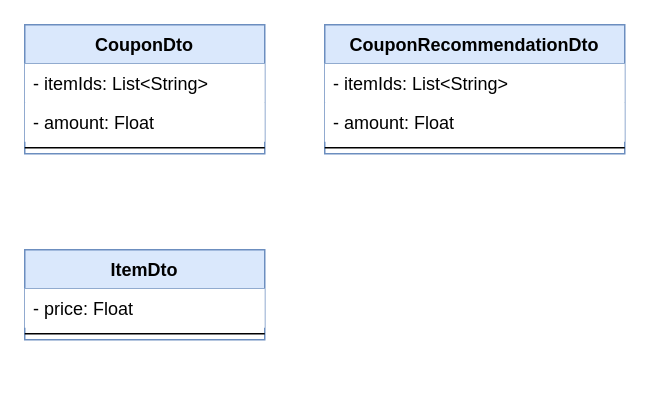
The draw.io diagram page "Dominio" (1 of 2) of doc/diagrama-uml.drawio in jcmc1998/coupon, before the edit. Source tidied: cells renumbered, new cells numbered last; positions are measured from the earlier drawing's top-left corner, leaving out a move shared by most shapes. Both pictures are drawn from the tidied source at 150%, with x=0, y=0 at pixel (24, 24).
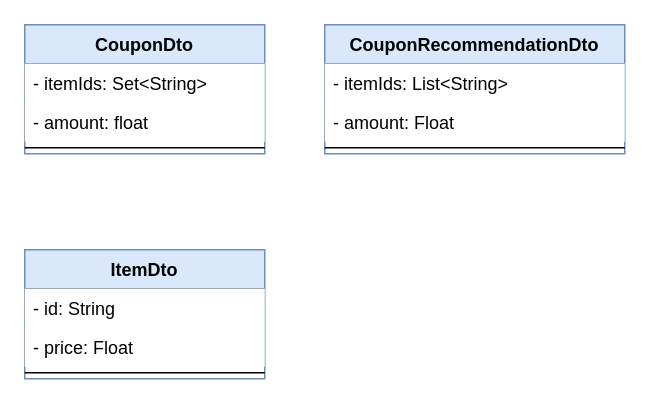
The same diagram, later.

What changed in the source:
```diff
@@
 <mxGraphModel>
   <root>
     <mxCell id="0" />
     <mxCell id="1" parent="0" />
     <mxCell id="2" value="CouponDto" style="swimlane;fontStyle=1;align=center;verticalAlign=top;horizontal=1;startSize=26;fillColor=#dae8fc;strokeColor=#6c8ebf;" parent="1" vertex="1">
       <mxGeometry width="160" height="86" as="geometry" />
     </mxCell>
-    <mxCell id="3" value="- itemIds: List&lt;String&gt;&#10;" style="text;strokeColor=none;fillColor=#ffffff;align=left;verticalAlign=top;spacingLeft=4;spacingRight=4;overflow=hidden;" parent="2" vertex="1">
+    <mxCell id="3" value="- itemIds: Set&lt;String&gt;&#10;" style="text;strokeColor=none;fillColor=#ffffff;align=left;verticalAlign=top;spacingLeft=4;spacingRight=4;overflow=hidden;" parent="2" vertex="1">
       <mxGeometry y="26" width="160" height="26" as="geometry" />
     </mxCell>
-    <mxCell id="4" value="- amount: Float&#10;" style="text;strokeColor=none;fillColor=#ffffff;align=left;verticalAlign=top;spacingLeft=4;spacingRight=4;overflow=hidden;" parent="2" vertex="1">
+    <mxCell id="4" value="- amount: float&#10;" style="text;strokeColor=none;fillColor=#ffffff;align=left;verticalAlign=top;spacingLeft=4;spacingRight=4;overflow=hidden;" parent="2" vertex="1">
       <mxGeometry y="52" width="160" height="26" as="geometry" />
     </mxCell>
     <mxCell id="5" style="line;strokeWidth=1;fillColor=none;align=left;verticalAlign=middle;spacingTop=-1;spacingLeft=3;spacingRight=3;labelPosition=right;" parent="2" vertex="1">
       <mxGeometry y="78" width="160" height="8" as="geometry" />
     </mxCell>
     <mxCell id="6" value="ItemDto" style="swimlane;fontStyle=1;align=center;verticalAlign=top;horizontal=1;startSize=26;fillColor=#dae8fc;strokeColor=#6c8ebf;" parent="1" vertex="1">
-      <mxGeometry y="150" width="160" height="60" as="geometry" />
+      <mxGeometry y="150" width="160" height="86" as="geometry" />
     </mxCell>
+    <mxCell id="13" value="- id: String&#10;" style="text;strokeColor=none;fillColor=#ffffff;align=left;verticalAlign=top;spacingLeft=4;spacingRight=4;overflow=hidden;" parent="6" vertex="1">
+      <mxGeometry y="26" width="160" height="26" as="geometry" />
+    </mxCell>
     <mxCell id="7" value="- price: Float&#10;" style="text;strokeColor=none;fillColor=#ffffff;align=left;verticalAlign=top;spacingLeft=4;spacingRight=4;overflow=hidden;" parent="6" vertex="1">
-      <mxGeometry y="26" width="160" height="26" as="geometry" />
+      <mxGeometry y="52" width="160" height="26" as="geometry" />
     </mxCell>
     <mxCell id="8" style="line;strokeWidth=1;fillColor=none;align=left;verticalAlign=middle;spacingTop=-1;spacingLeft=3;spacingRight=3;labelPosition=right;" parent="6" vertex="1">
-      <mxGeometry y="52" width="160" height="8" as="geometry" />
+      <mxGeometry y="78" width="160" height="8" as="geometry" />
     </mxCell>
     <mxCell id="9" value="CouponRecommendationDto" style="swimlane;fontStyle=1;align=center;verticalAlign=top;horizontal=1;startSize=26;fillColor=#dae8fc;strokeColor=#6c8ebf;" parent="1" vertex="1">
       <mxGeometry x="200" width="200" height="86" as="geometry" />
     </mxCell>
     <mxCell id="10" value="- itemIds: List&lt;String&gt;&#10;" style="text;strokeColor=none;fillColor=#ffffff;align=left;verticalAlign=top;spacingLeft=4;spacingRight=4;overflow=hidden;" parent="9" vertex="1">
       <mxGeometry y="26" width="200" height="26" as="geometry" />
     </mxCell>
     <mxCell id="11" value="- amount: Float&#10;" style="text;strokeColor=none;fillColor=#ffffff;align=left;verticalAlign=top;spacingLeft=4;spacingRight=4;overflow=hidden;" parent="9" vertex="1">
       <mxGeometry y="52" width="200" height="26" as="geometry" />
     </mxCell>
     <mxCell id="12" style="line;strokeWidth=1;fillColor=none;align=left;verticalAlign=middle;spacingTop=-1;spacingLeft=3;spacingRight=3;labelPosition=right;" parent="9" vertex="1">
       <mxGeometry y="78" width="200" height="8" as="geometry" />
     </mxCell>
   </root>
 </mxGraphModel>
```
